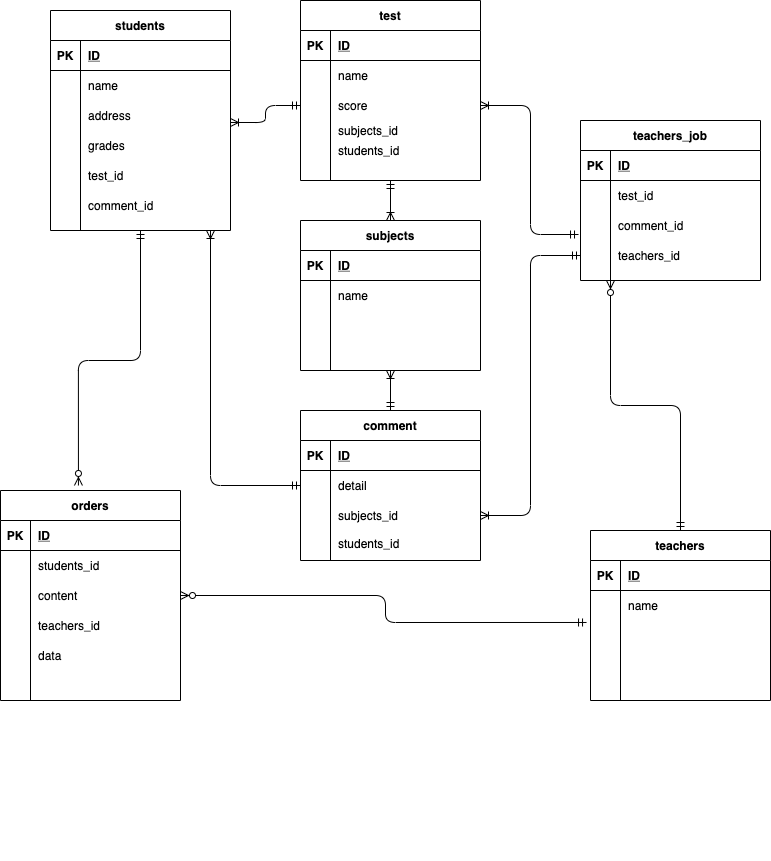
Earlier version of the draw.io export index..drawio.png (InoueMayu/coachtech-ER). Source tidied: cells renumbered, new cells last; positions are measured from the earlier drawing's top-left corner, leaving out a move shared by most shapes.
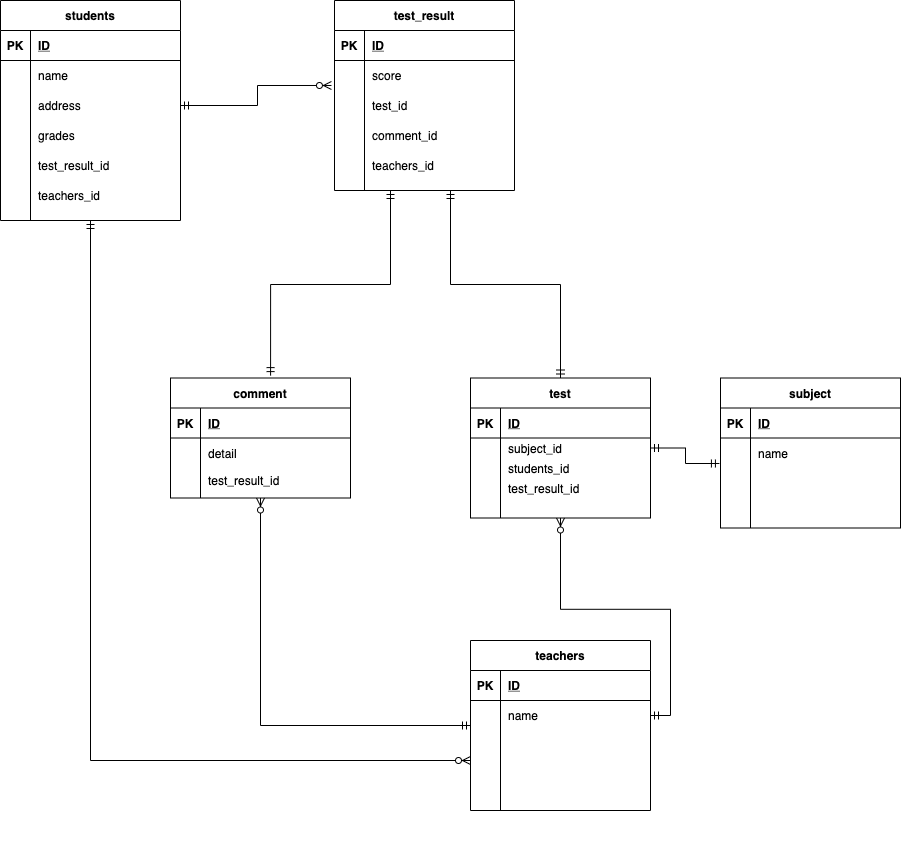
After the change.

Diff of the diagram source:
```diff
@@ -4,5 +4,5 @@
     <mxCell id="1" parent="0" />
-    <mxCell id="2" style="edgeStyle=orthogonalEdgeStyle;curved=0;rounded=1;sketch=0;jettySize=auto;html=1;exitX=0.5;exitY=1;exitDx=0;exitDy=0;startArrow=ERmandOne;startFill=0;endArrow=ERzeroToMany;endFill=1;entryX=0.433;entryY=-0.024;entryDx=0;entryDy=0;entryPerimeter=0;" parent="1" edge="1" source="3" target="22">
-      <mxGeometry relative="1" as="geometry" />
-    </mxCell>
+    <mxCell id="116" style="edgeStyle=orthogonalEdgeStyle;rounded=0;jettySize=auto;html=1;entryX=0;entryY=0.5;entryDx=0;entryDy=0;startArrow=ERmandOne;startFill=0;endArrow=ERzeroToMany;endFill=1;" parent="1" edge="1" source="3" target="46">
+      <mxGeometry relative="1" as="geometry" />
+    </mxCell>
     <mxCell id="3" value="students" style="shape=table;startSize=30;rowLines=0;fontStyle=1;align=center;" parent="1" vertex="1">
@@ -46,13 +46,4 @@
     </mxCell>
-    <mxCell id="16" style="shape=partialRectangle;fillColor=none;top=0;left=0;bottom=0;right=0;" parent="3" vertex="1">
-      <mxGeometry y="150" width="180" height="30" as="geometry" />
-    </mxCell>
-    <mxCell id="17" style="shape=partialRectangle;fillColor=none;top=0;left=0;bottom=0;right=0;overflow=hidden;" parent="16" vertex="1">
-      <mxGeometry width="30" height="30" as="geometry" />
-    </mxCell>
-    <mxCell id="18" value="test_id" style="shape=partialRectangle;fillColor=none;top=0;left=0;bottom=0;right=0;align=left;spacingLeft=6;overflow=hidden;" parent="16" vertex="1">
-      <mxGeometry x="30" width="150" height="30" as="geometry" />
-    </mxCell>
     <mxCell id="19" style="shape=partialRectangle;fillColor=none;top=0;left=0;bottom=0;right=0;" parent="3" vertex="1">
-      <mxGeometry y="180" width="180" height="30" as="geometry" />
+      <mxGeometry y="150" width="180" height="30" as="geometry" />
     </mxCell>
@@ -61,60 +52,19 @@
     </mxCell>
-    <mxCell id="21" value="comment_id" style="shape=partialRectangle;fillColor=none;top=0;left=0;bottom=0;right=0;align=left;spacingLeft=6;overflow=hidden;" parent="19" vertex="1">
+    <mxCell id="21" value="test_result_id" style="shape=partialRectangle;fillColor=none;top=0;left=0;bottom=0;right=0;align=left;spacingLeft=6;overflow=hidden;" parent="19" vertex="1">
       <mxGeometry x="30" width="150" height="30" as="geometry" />
     </mxCell>
-    <mxCell id="22" value="orders" style="shape=table;startSize=30;rowLines=0;fontStyle=1;align=center;" parent="1" vertex="1">
-      <mxGeometry y="490" width="180" height="210" as="geometry" />
-    </mxCell>
-    <mxCell id="23" style="shape=partialRectangle;fillColor=none;top=0;left=0;bottom=1;right=0;" parent="22" vertex="1">
-      <mxGeometry y="30" width="180" height="30" as="geometry" />
-    </mxCell>
-    <mxCell id="24" value="PK" style="shape=partialRectangle;fillColor=none;top=0;left=0;bottom=0;right=0;fontStyle=1;overflow=hidden;" parent="23" vertex="1">
-      <mxGeometry width="30" height="30" as="geometry" />
-    </mxCell>
-    <mxCell id="25" value="ID" style="shape=partialRectangle;fillColor=none;top=0;left=0;bottom=0;right=0;align=left;spacingLeft=6;fontStyle=5;overflow=hidden;" parent="23" vertex="1">
-      <mxGeometry x="30" width="150" height="30" as="geometry" />
-    </mxCell>
-    <mxCell id="26" style="shape=partialRectangle;fillColor=none;top=0;left=0;bottom=0;right=0;" parent="22" vertex="1">
-      <mxGeometry y="60" width="180" height="30" as="geometry" />
-    </mxCell>
-    <mxCell id="27" style="shape=partialRectangle;fillColor=none;top=0;left=0;bottom=0;right=0;overflow=hidden;" parent="26" vertex="1">
-      <mxGeometry width="30" height="30" as="geometry" />
-    </mxCell>
-    <mxCell id="28" value="students_id" style="shape=partialRectangle;fillColor=none;top=0;left=0;bottom=0;right=0;align=left;spacingLeft=6;overflow=hidden;" parent="26" vertex="1">
-      <mxGeometry x="30" width="150" height="30" as="geometry" />
-    </mxCell>
-    <mxCell id="29" style="shape=partialRectangle;fillColor=none;top=0;left=0;bottom=0;right=0;points=[[0,0.5],[1,0.5]];portConstraint=eastwest;" parent="22" vertex="1">
-      <mxGeometry y="90" width="180" height="30" as="geometry" />
-    </mxCell>
-    <mxCell id="30" style="shape=partialRectangle;fillColor=none;top=0;left=0;bottom=0;right=0;overflow=hidden;" parent="29" vertex="1">
-      <mxGeometry width="30" height="30" as="geometry" />
-    </mxCell>
-    <mxCell id="31" value="content" style="shape=partialRectangle;fillColor=none;top=0;left=0;bottom=0;right=0;align=left;spacingLeft=6;overflow=hidden;" parent="29" vertex="1">
-      <mxGeometry x="30" width="150" height="30" as="geometry" />
-    </mxCell>
-    <mxCell id="32" style="shape=partialRectangle;fillColor=none;top=0;left=0;bottom=0;right=0;" parent="22" vertex="1">
-      <mxGeometry y="120" width="180" height="30" as="geometry" />
-    </mxCell>
-    <mxCell id="33" style="shape=partialRectangle;fillColor=none;top=0;left=0;bottom=0;right=0;overflow=hidden;" parent="32" vertex="1">
-      <mxGeometry width="30" height="30" as="geometry" />
-    </mxCell>
+    <mxCell id="117" style="shape=partialRectangle;fillColor=none;top=0;left=0;bottom=0;right=0;" parent="3" vertex="1">
+      <mxGeometry y="180" width="180" height="30" as="geometry" />
+    </mxCell>
+    <mxCell id="118" style="shape=partialRectangle;fillColor=none;top=0;left=0;bottom=0;right=0;overflow=hidden;" parent="117" vertex="1">
+      <mxGeometry width="30" height="30" as="geometry" />
+    </mxCell>
-    <mxCell id="34" value="teachers_id" style="shape=partialRectangle;fillColor=none;top=0;left=0;bottom=0;right=0;align=left;spacingLeft=6;overflow=hidden;" parent="32" vertex="1">
+    <mxCell id="34" value="teachers_id" style="shape=partialRectangle;fillColor=none;top=0;left=0;bottom=0;right=0;align=left;spacingLeft=6;overflow=hidden;" parent="117" vertex="1">
       <mxGeometry x="30" width="150" height="30" as="geometry" />
     </mxCell>
-    <mxCell id="35" style="shape=partialRectangle;fillColor=none;top=0;left=0;bottom=0;right=0;" parent="22" vertex="1">
-      <mxGeometry y="150" width="180" height="30" as="geometry" />
-    </mxCell>
-    <mxCell id="36" style="shape=partialRectangle;fillColor=none;top=0;left=0;bottom=0;right=0;overflow=hidden;" parent="35" vertex="1">
-      <mxGeometry width="30" height="30" as="geometry" />
-    </mxCell>
-    <mxCell id="37" value="data" style="shape=partialRectangle;fillColor=none;top=0;left=0;bottom=0;right=0;align=left;spacingLeft=6;overflow=hidden;" parent="35" vertex="1">
-      <mxGeometry x="30" width="150" height="30" as="geometry" />
-    </mxCell>
-    <mxCell id="38" style="edgeStyle=orthogonalEdgeStyle;curved=0;rounded=1;sketch=0;jettySize=auto;html=1;exitX=0.5;exitY=0;exitDx=0;exitDy=0;startArrow=ERmandOne;startFill=0;endArrow=ERzeroToMany;endFill=1;" parent="1" edge="1" source="39">
-      <mxGeometry relative="1" as="geometry">
-        <mxPoint x="610" y="280" as="targetPoint" />
-      </mxGeometry>
-    </mxCell>
+    <mxCell id="119" style="edgeStyle=orthogonalEdgeStyle;rounded=0;jettySize=auto;html=1;entryX=0.5;entryY=1;entryDx=0;entryDy=0;startArrow=ERmandOne;startFill=0;endArrow=ERzeroToMany;endFill=1;" parent="1" edge="1" source="39" target="53">
+      <mxGeometry relative="1" as="geometry" />
+    </mxCell>
     <mxCell id="39" value="teachers" style="shape=table;startSize=30;rowLines=0;fontStyle=1;align=center;" parent="1" vertex="1">
-      <mxGeometry x="590" y="530" width="180" height="170" as="geometry" />
+      <mxGeometry x="520" y="650" width="180" height="170" as="geometry" />
     </mxCell>
@@ -156,9 +106,4 @@
     </mxCell>
-    <mxCell id="52" style="edgeStyle=orthogonalEdgeStyle;curved=0;rounded=1;sketch=0;jettySize=auto;html=1;startArrow=ERmandOne;startFill=0;endArrow=ERoneToMany;endFill=0;" parent="1" edge="1" source="53">
-      <mxGeometry relative="1" as="geometry">
-        <mxPoint x="210" y="230" as="targetPoint" />
-      </mxGeometry>
-    </mxCell>
     <mxCell id="53" value="comment" style="shape=table;startSize=30;rowLines=0;fontStyle=1;align=center;" parent="1" vertex="1">
-      <mxGeometry x="300" y="410" width="180" height="150" as="geometry" />
+      <mxGeometry x="220" y="387.5" width="180" height="120" as="geometry" />
     </mxCell>
@@ -182,22 +127,13 @@
     </mxCell>
-    <mxCell id="60" style="shape=partialRectangle;fillColor=none;top=0;left=0;bottom=0;right=0;points=[[0,0.5],[1,0.5]];portConstraint=eastwest;" parent="53" vertex="1">
-      <mxGeometry y="90" width="180" height="30" as="geometry" />
-    </mxCell>
-    <mxCell id="61" style="shape=partialRectangle;fillColor=none;top=0;left=0;bottom=0;right=0;overflow=hidden;" parent="60" vertex="1">
-      <mxGeometry width="30" height="30" as="geometry" />
-    </mxCell>
-    <mxCell id="62" value="subjects_id" style="shape=partialRectangle;fillColor=none;top=0;left=0;bottom=0;right=0;align=left;spacingLeft=6;overflow=hidden;" parent="60" vertex="1">
-      <mxGeometry x="30" width="150" height="30" as="geometry" />
-    </mxCell>
-    <mxCell id="63" style="shape=partialRectangle;fillColor=none;top=0;left=0;bottom=0;right=0;" parent="53" vertex="1">
-      <mxGeometry y="120" width="180" height="25" as="geometry" />
-    </mxCell>
+    <mxCell id="120" style="shape=partialRectangle;fillColor=none;top=0;left=0;bottom=0;right=0;" parent="53" vertex="1">
+      <mxGeometry y="90" width="180" height="25" as="geometry" />
+    </mxCell>
-    <mxCell id="64" style="shape=partialRectangle;fillColor=none;top=0;left=0;bottom=0;right=0;overflow=hidden;" parent="63" vertex="1">
+    <mxCell id="64" style="shape=partialRectangle;fillColor=none;top=0;left=0;bottom=0;right=0;overflow=hidden;" parent="120" vertex="1">
       <mxGeometry width="30" height="25" as="geometry" />
     </mxCell>
-    <mxCell id="65" value="students_id" style="shape=partialRectangle;fillColor=none;top=0;left=0;bottom=0;right=0;align=left;spacingLeft=6;overflow=hidden;" parent="63" vertex="1">
-      <mxGeometry x="30" width="150" height="25" as="geometry" />
-    </mxCell>
+    <mxCell id="121" value="test_result_id" style="shape=partialRectangle;fillColor=none;top=0;left=0;bottom=0;right=0;align=left;spacingLeft=6;overflow=hidden;" parent="120" vertex="1">
+      <mxGeometry x="30" width="150" height="25" as="geometry" />
+    </mxCell>
     <mxCell id="66" value="test" style="shape=table;startSize=30;rowLines=0;fontStyle=1;align=center;" parent="1" vertex="1">
-      <mxGeometry x="300" width="180" height="180" as="geometry" />
+      <mxGeometry x="520" y="387.5" width="180" height="140" as="geometry" />
     </mxCell>
@@ -212,22 +148,4 @@
     </mxCell>
-    <mxCell id="70" style="shape=partialRectangle;fillColor=none;top=0;left=0;bottom=0;right=0;points=[[0,0.5],[1,0.5]];portConstraint=eastwest;" parent="66" vertex="1">
-      <mxGeometry y="60" width="180" height="30" as="geometry" />
-    </mxCell>
-    <mxCell id="71" style="shape=partialRectangle;fillColor=none;top=0;left=0;bottom=0;right=0;overflow=hidden;" parent="70" vertex="1">
-      <mxGeometry width="30" height="30" as="geometry" />
-    </mxCell>
-    <mxCell id="72" value="name" style="shape=partialRectangle;fillColor=none;top=0;left=0;bottom=0;right=0;align=left;spacingLeft=6;overflow=hidden;" parent="70" vertex="1">
-      <mxGeometry x="30" width="150" height="30" as="geometry" />
-    </mxCell>
-    <mxCell id="73" style="shape=partialRectangle;fillColor=none;top=0;left=0;bottom=0;right=0;points=[[0,0.5],[1,0.5]];portConstraint=eastwest;" parent="66" vertex="1">
-      <mxGeometry y="90" width="180" height="30" as="geometry" />
-    </mxCell>
-    <mxCell id="74" style="shape=partialRectangle;fillColor=none;top=0;left=0;bottom=0;right=0;overflow=hidden;" parent="73" vertex="1">
-      <mxGeometry width="30" height="30" as="geometry" />
-    </mxCell>
-    <mxCell id="75" value="score" style="shape=partialRectangle;fillColor=none;top=0;left=0;bottom=0;right=0;align=left;spacingLeft=6;overflow=hidden;" parent="73" vertex="1">
-      <mxGeometry x="30" width="150" height="30" as="geometry" />
-    </mxCell>
     <mxCell id="76" style="shape=partialRectangle;fillColor=none;top=0;left=0;bottom=0;right=0;points=[[0,0.5],[1,0.5]];portConstraint=eastwest;" parent="66" vertex="1">
-      <mxGeometry y="120" width="180" height="20" as="geometry" />
+      <mxGeometry y="60" width="180" height="20" as="geometry" />
     </mxCell>
@@ -236,3 +154,3 @@
     </mxCell>
-    <mxCell id="78" value="subjects_id" style="shape=partialRectangle;fillColor=none;top=0;left=0;bottom=0;right=0;align=left;spacingLeft=6;overflow=hidden;" parent="76" vertex="1">
+    <mxCell id="78" value="subject_id" style="shape=partialRectangle;fillColor=none;top=0;left=0;bottom=0;right=0;align=left;spacingLeft=6;overflow=hidden;" parent="76" vertex="1">
       <mxGeometry x="30" width="150" height="20" as="geometry" />
@@ -240,3 +158,3 @@
     <mxCell id="79" style="shape=partialRectangle;fillColor=none;top=0;left=0;bottom=0;right=0;" parent="66" vertex="1">
-      <mxGeometry y="140" width="180" height="20" as="geometry" />
+      <mxGeometry y="80" width="180" height="20" as="geometry" />
     </mxCell>
@@ -248,2 +166,11 @@
     </mxCell>
+    <mxCell id="122" style="shape=partialRectangle;fillColor=none;top=0;left=0;bottom=0;right=0;" parent="66" vertex="1">
+      <mxGeometry y="100" width="180" height="20" as="geometry" />
+    </mxCell>
+    <mxCell id="123" style="shape=partialRectangle;fillColor=none;top=0;left=0;bottom=0;right=0;overflow=hidden;" parent="122" vertex="1">
+      <mxGeometry width="30" height="20" as="geometry" />
+    </mxCell>
+    <mxCell id="124" value="test_result_id" style="shape=partialRectangle;fillColor=none;top=0;left=0;bottom=0;right=0;align=left;spacingLeft=6;overflow=hidden;" parent="122" vertex="1">
+      <mxGeometry x="30" width="150" height="20" as="geometry" />
+    </mxCell>
     <mxCell id="82" style="shape=partialRectangle;fillColor=none;top=0;left=0;bottom=0;right=0;align=left;spacingLeft=6;overflow=hidden;" parent="1" vertex="1">
@@ -251,4 +178,20 @@
     </mxCell>
+    <mxCell id="125" style="edgeStyle=orthogonalEdgeStyle;rounded=0;jettySize=auto;html=1;entryX=0.556;entryY=-0.02;entryDx=0;entryDy=0;entryPerimeter=0;startArrow=ERmandOne;startFill=0;endArrow=ERmandOne;endFill=0;" parent="1" edge="1" source="83" target="53">
+      <mxGeometry relative="1" as="geometry">
+        <Array as="points">
+          <mxPoint x="440" y="294" />
+          <mxPoint x="320" y="294" />
+        </Array>
+      </mxGeometry>
+    </mxCell>
+    <mxCell id="126" style="edgeStyle=orthogonalEdgeStyle;rounded=0;jettySize=auto;html=1;entryX=0.5;entryY=0;entryDx=0;entryDy=0;startArrow=ERmandOne;startFill=0;endArrow=ERmandOne;endFill=0;" parent="1" edge="1" source="83" target="66">
+      <mxGeometry relative="1" as="geometry">
+        <Array as="points">
+          <mxPoint x="500" y="294" />
+          <mxPoint x="610" y="294" />
+        </Array>
+      </mxGeometry>
+    </mxCell>
-    <mxCell id="83" value="teachers_job" style="shape=table;startSize=30;rowLines=0;fontStyle=1;align=center;" parent="1" vertex="1">
-      <mxGeometry x="580" y="120" width="180" height="160" as="geometry" />
+    <mxCell id="83" value="test_result" style="shape=table;startSize=30;rowLines=0;fontStyle=1;align=center;" parent="1" vertex="1">
+      <mxGeometry x="384" y="10" width="180" height="190" as="geometry" />
     </mxCell>
@@ -263,4 +206,13 @@
     </mxCell>
+    <mxCell id="127" style="shape=partialRectangle;fillColor=none;top=0;left=0;bottom=0;right=0;points=[[0,0.5],[1,0.5]];portConstraint=eastwest;" parent="83" vertex="1">
+      <mxGeometry y="60" width="180" height="30" as="geometry" />
+    </mxCell>
+    <mxCell id="128" style="shape=partialRectangle;fillColor=none;top=0;left=0;bottom=0;right=0;overflow=hidden;" parent="127" vertex="1">
+      <mxGeometry width="30" height="30" as="geometry" />
+    </mxCell>
+    <mxCell id="75" value="score" style="shape=partialRectangle;fillColor=none;top=0;left=0;bottom=0;right=0;align=left;spacingLeft=6;overflow=hidden;" parent="127" vertex="1">
+      <mxGeometry x="30" width="150" height="30" as="geometry" />
+    </mxCell>
     <mxCell id="87" style="shape=partialRectangle;fillColor=none;top=0;left=0;bottom=0;right=0;points=[[0,0.5],[1,0.5]];portConstraint=eastwest;" parent="83" vertex="1">
-      <mxGeometry y="60" width="180" height="30" as="geometry" />
+      <mxGeometry y="90" width="180" height="30" as="geometry" />
     </mxCell>
@@ -273,3 +225,3 @@
     <mxCell id="90" style="shape=partialRectangle;fillColor=none;top=0;left=0;bottom=0;right=0;points=[[0,0.5],[1,0.5]];portConstraint=eastwest;" parent="83" vertex="1">
-      <mxGeometry y="90" width="180" height="30" as="geometry" />
+      <mxGeometry y="120" width="180" height="30" as="geometry" />
     </mxCell>
@@ -282,3 +234,3 @@
     <mxCell id="93" style="shape=partialRectangle;fillColor=none;top=0;left=0;bottom=0;right=0;points=[[0,0.5],[1,0.5]];portConstraint=eastwest;" parent="83" vertex="1">
-      <mxGeometry y="120" width="180" height="30" as="geometry" />
+      <mxGeometry y="150" width="180" height="30" as="geometry" />
     </mxCell>
@@ -290,10 +242,4 @@
     </mxCell>
-    <mxCell id="96" style="edgeStyle=orthogonalEdgeStyle;curved=0;rounded=1;sketch=0;jettySize=auto;html=1;exitX=0.5;exitY=0;exitDx=0;exitDy=0;entryX=0.5;entryY=1;entryDx=0;entryDy=0;startArrow=ERoneToMany;startFill=0;endArrow=ERmandOne;endFill=0;" parent="1" edge="1" source="98" target="66">
-      <mxGeometry relative="1" as="geometry" />
-    </mxCell>
-    <mxCell id="97" style="edgeStyle=orthogonalEdgeStyle;curved=0;rounded=1;sketch=0;jettySize=auto;html=1;entryX=0.5;entryY=0;entryDx=0;entryDy=0;startArrow=ERoneToMany;startFill=0;endArrow=ERmandOne;endFill=0;" parent="1" edge="1" source="98" target="53">
-      <mxGeometry relative="1" as="geometry" />
-    </mxCell>
-    <mxCell id="98" value="subjects" style="shape=table;startSize=30;rowLines=0;fontStyle=1;align=center;" parent="1" vertex="1">
-      <mxGeometry x="300" y="220" width="180" height="150" as="geometry" />
+    <mxCell id="98" value="subject" style="shape=table;startSize=30;rowLines=0;fontStyle=1;align=center;" parent="1" vertex="1">
+      <mxGeometry x="770" y="387.5" width="180" height="150" as="geometry" />
     </mxCell>
@@ -335,17 +281,16 @@
     </mxCell>
-    <mxCell id="111" style="edgeStyle=orthogonalEdgeStyle;curved=0;rounded=1;sketch=0;jettySize=auto;html=1;exitX=1;exitY=0.5;exitDx=0;exitDy=0;entryX=0;entryY=0.8;entryDx=0;entryDy=0;entryPerimeter=0;strokeColor=none;startArrow=ERmandOne;startFill=0;" parent="1" edge="1" source="70" target="87">
-      <mxGeometry relative="1" as="geometry" />
+    <mxCell id="111" style="edgeStyle=orthogonalEdgeStyle;curved=0;rounded=1;sketch=0;jettySize=auto;html=1;exitX=1;exitY=0.5;exitDx=0;exitDy=0;entryX=0;entryY=0.8;entryDx=0;entryDy=0;entryPerimeter=0;strokeColor=none;startArrow=ERmandOne;startFill=0;" parent="1" edge="1" target="87">
+      <mxGeometry relative="1" as="geometry">
+        <mxPoint x="700" y="457.5" as="sourcePoint" />
+      </mxGeometry>
     </mxCell>
-    <mxCell id="112" style="edgeStyle=orthogonalEdgeStyle;curved=0;rounded=1;sketch=0;jettySize=auto;html=1;exitX=1;exitY=0.5;exitDx=0;exitDy=0;entryX=-0.011;entryY=0.8;entryDx=0;entryDy=0;entryPerimeter=0;startArrow=ERoneToMany;startFill=0;endArrow=ERmandOne;endFill=0;" parent="1" edge="1" source="73" target="90">
-      <mxGeometry relative="1" as="geometry" />
-    </mxCell>
-    <mxCell id="113" style="edgeStyle=orthogonalEdgeStyle;curved=0;rounded=1;sketch=0;jettySize=auto;html=1;exitX=0;exitY=0.5;exitDx=0;exitDy=0;entryX=1;entryY=0.5;entryDx=0;entryDy=0;startArrow=ERmandOne;startFill=0;endArrow=ERoneToMany;endFill=0;" parent="1" edge="1" source="93" target="60">
-      <mxGeometry relative="1" as="geometry" />
-    </mxCell>
-    <mxCell id="114" style="edgeStyle=orthogonalEdgeStyle;curved=0;rounded=1;sketch=0;jettySize=auto;html=1;entryX=1;entryY=0.733;entryDx=0;entryDy=0;entryPerimeter=0;startArrow=ERmandOne;startFill=0;endArrow=ERoneToMany;endFill=0;" parent="1" edge="1" source="73" target="10">
-      <mxGeometry relative="1" as="geometry" />
-    </mxCell>
-    <mxCell id="115" style="edgeStyle=orthogonalEdgeStyle;curved=0;rounded=1;sketch=0;jettySize=auto;html=1;exitX=1;exitY=0.5;exitDx=0;exitDy=0;entryX=-0.022;entryY=0.033;entryDx=0;entryDy=0;entryPerimeter=0;startArrow=ERzeroToMany;startFill=1;endArrow=ERmandOne;endFill=0;" parent="1" edge="1" source="29" target="46">
-      <mxGeometry relative="1" as="geometry" />
-    </mxCell>
+    <mxCell id="129" style="edgeStyle=orthogonalEdgeStyle;rounded=0;jettySize=auto;html=1;exitX=1;exitY=0.5;exitDx=0;exitDy=0;entryX=-0.017;entryY=0.833;entryDx=0;entryDy=0;entryPerimeter=0;startArrow=ERmandOne;startFill=0;endArrow=ERzeroToMany;endFill=1;" parent="1" edge="1" source="10" target="127">
+      <mxGeometry relative="1" as="geometry" />
+    </mxCell>
+    <mxCell id="130" style="edgeStyle=orthogonalEdgeStyle;rounded=0;jettySize=auto;html=1;exitX=1;exitY=0.5;exitDx=0;exitDy=0;startArrow=ERmandOne;startFill=0;endArrow=ERzeroToMany;endFill=1;entryX=0.5;entryY=1;entryDx=0;entryDy=0;" parent="1" edge="1" source="43" target="66">
+      <mxGeometry relative="1" as="geometry" />
+    </mxCell>
+    <mxCell id="131" style="edgeStyle=orthogonalEdgeStyle;rounded=0;jettySize=auto;html=1;entryX=-0.006;entryY=0.85;entryDx=0;entryDy=0;entryPerimeter=0;startArrow=ERmandOne;startFill=0;endArrow=ERmandOne;endFill=0;" parent="1" edge="1" source="76" target="102">
+      <mxGeometry relative="1" as="geometry" />
+    </mxCell>
   </root>
```
